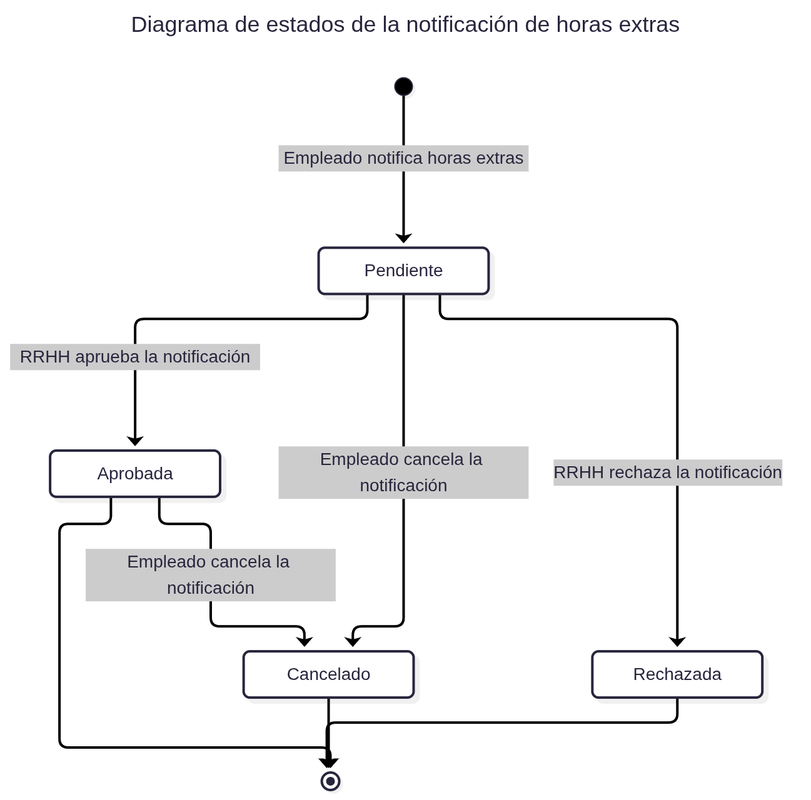
The Mermaid diagram docs/diagrams/png/state-overtime-notification.png in martinstanicio/humanresourcesdelta, before a commit. Its source is kept beside it as docs/diagrams/state-overtime-notification.mmd. The source it was exported from:
```mermaid
stateDiagram-v2
    [*] --> Pendiente: Empleado notifica horas extras
    Pendiente --> Aprobada : RRHH aprueba la notificación
    Pendiente --> Rechazada : RRHH rechaza la notificación
    Pendiente --> Cancelado : Empleado cancela la notificación
    Aprobada --> Cancelado : Empleado cancela la notificación
    Aprobada --> [*]
    Rechazada --> [*]
    Cancelado --> [*]
```
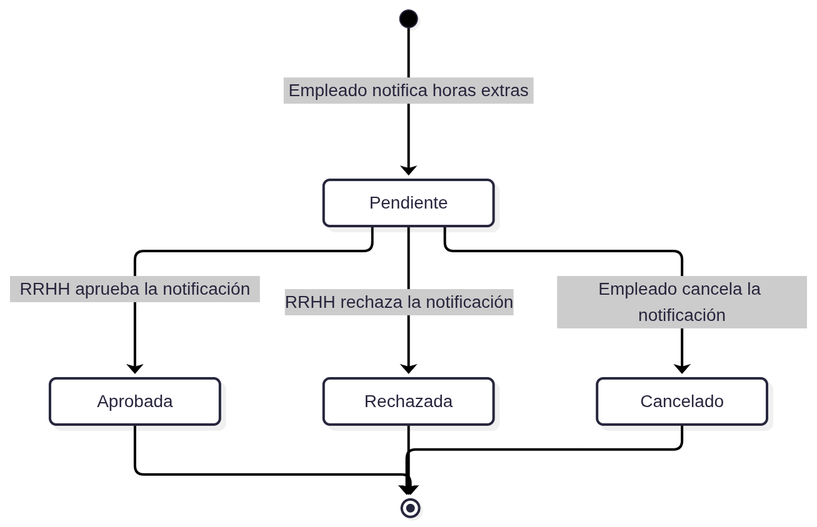
Above is the later version.

Commit message:
actualizar diagrama de estados de la notificación de horas extras

What changed in the source:
```diff
@@ -3,7 +3,6 @@
     Pendiente --> Aprobada : RRHH aprueba la notificación
     Pendiente --> Rechazada : RRHH rechaza la notificación
     Pendiente --> Cancelado : Empleado cancela la notificación
-    Aprobada --> Cancelado : Empleado cancela la notificación
     Aprobada --> [*]
     Rechazada --> [*]
     Cancelado --> [*]
```
